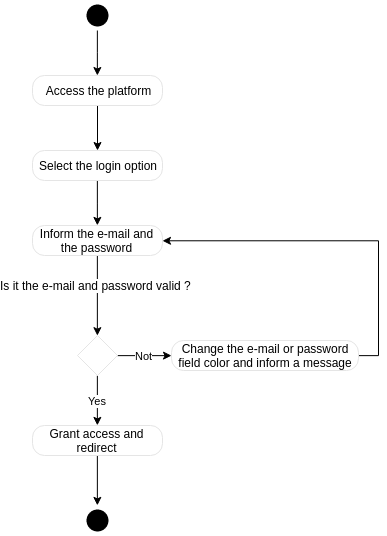
This is documentation/diagrams/activity/user/login.png from hydroxion/document, a draw.io export, as it was before one commit. Source tidied: cells renumbered, new cells last; positions are measured from the earlier drawing's top-left corner, leaving out a move shared by most shapes.
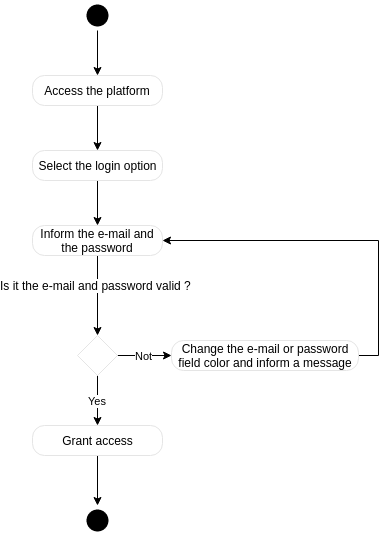
After the commit.

What changed in the source:
```diff
@@ -47,7 +47,7 @@
     <mxCell id="16" style="edgeStyle=orthogonalEdgeStyle;rounded=0;jettySize=auto;html=1;exitX=0.5;exitY=1;exitDx=0;exitDy=0;entryX=0.5;entryY=0;entryDx=0;entryDy=0;" parent="1" edge="1" source="17" target="18">
       <mxGeometry relative="1" as="geometry" />
     </mxCell>
-    <mxCell id="17" value="Grant access and redirect&lt;br&gt;" style="rounded=1;whiteSpace=wrap;html=1;arcSize=40;fontColor=#000000;fillColor=#FFFFFF;strokeColor=#e5e5e5;" parent="1" vertex="1">
+    <mxCell id="17" value="Grant access&lt;br&gt;" style="rounded=1;whiteSpace=wrap;html=1;arcSize=40;fontColor=#000000;fillColor=#FFFFFF;strokeColor=#e5e5e5;" parent="1" vertex="1">
       <mxGeometry y="425" width="130" height="30" as="geometry" />
     </mxCell>
     <mxCell id="18" style="ellipse;html=1;shape=startState;fillColor=#000000;strokeColor=none;" parent="1" vertex="1">
```
